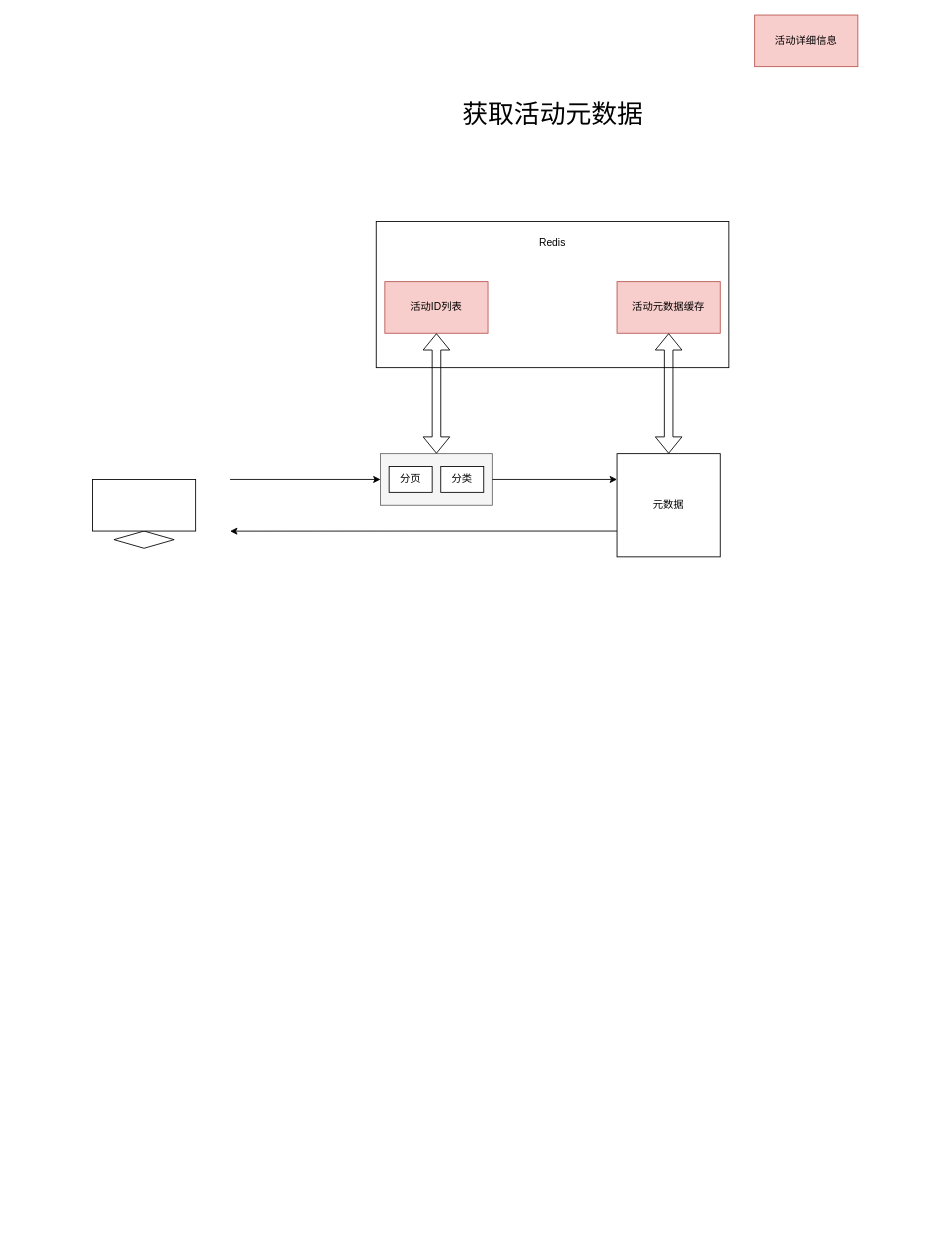
Before: page "活动列表与详情信息的获取" (14 of 14) of Lottery.drawio in onlyactwo/DrawIO, a draw.io diagram. Source tidied: cells renumbered, new cells numbered last; positions are measured from the earlier drawing's top-left corner, leaving out a move shared by most shapes. Both pictures are drawn from the tidied source at 86%, with x=0, y=0 at pixel (92, 15).
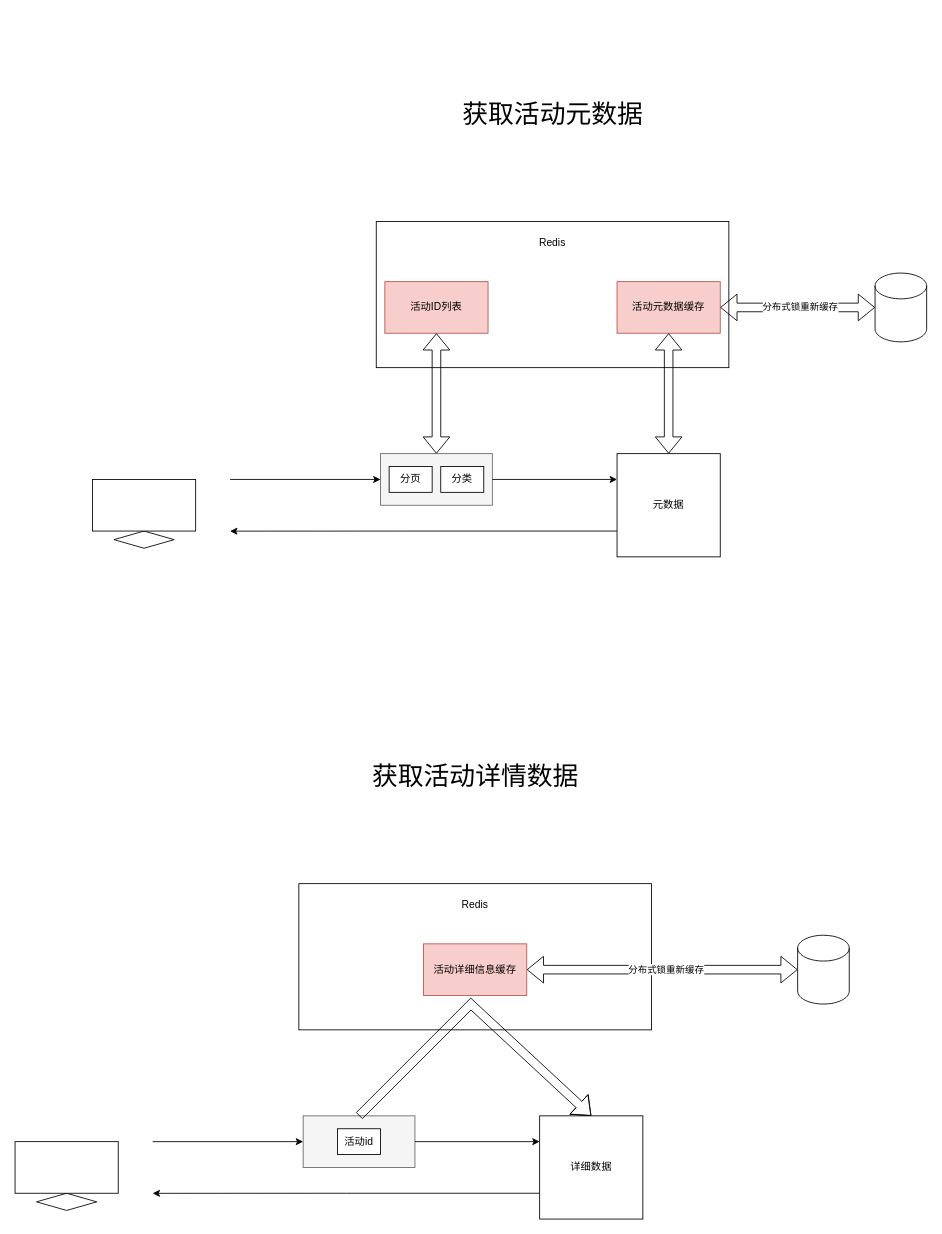
Above is the later version.

Unchanged cells that the change refers to:
```xml
<mxCell id="5" value="活动元数据缓存" style="rounded=0;whiteSpace=wrap;html=1;fillColor=#f8cecc;strokeColor=#b85450;" parent="1" vertex="1">
  <mxGeometry x="610" y="310" width="120" height="60" as="geometry" />
</mxCell>
```

The edit, as a diff of the source:
```diff
@@
-    <mxCell id="6" value="活动详细信息" style="rounded=0;whiteSpace=wrap;html=1;fillColor=#f8cecc;strokeColor=#b85450;" parent="1" vertex="1">
-      <mxGeometry x="770" width="120" height="60" as="geometry" />
-    </mxCell>
@@
+    <mxCell id="19" style="shape=cylinder3;whiteSpace=wrap;html=1;boundedLbl=1;backgroundOutline=1;size=15;" parent="1" vertex="1">
+      <mxGeometry x="910" y="300" width="60" height="80" as="geometry" />
+    </mxCell>
+    <mxCell id="20" style="shape=flexArrow;endArrow=classic;startArrow=classic;html=1;rounded=0;entryX=0;entryY=0.5;entryDx=0;entryDy=0;entryPerimeter=0;exitX=1;exitY=0.5;exitDx=0;exitDy=0;" parent="1" edge="1" source="5" target="19">
+      <mxGeometry relative="1" as="geometry" />
+    </mxCell>
+    <mxCell id="21" value="分布式锁重新缓存" style="edgeLabel;html=1;align=center;verticalAlign=middle;" parent="20" vertex="1">
+      <mxGeometry x="0.02" y="1" relative="1" as="geometry" />
+    </mxCell>
+    <mxCell id="22" style="rounded=0;whiteSpace=wrap;html=1;" parent="1" vertex="1">
+      <mxGeometry x="240" y="1010" width="410" height="170" as="geometry" />
+    </mxCell>
+    <mxCell id="23" value="Redis" style="text;html=1;align=center;verticalAlign=middle;whiteSpace=wrap;rounded=0;" parent="1" vertex="1">
+      <mxGeometry x="415" y="1020" width="60" height="30" as="geometry" />
+    </mxCell>
+    <mxCell id="24" value="获取活动详情数据" style="text;html=1;align=center;verticalAlign=middle;whiteSpace=wrap;rounded=0;fontSize=30;" parent="1" vertex="1">
+      <mxGeometry x="267.5" y="870" width="355" height="30" as="geometry" />
+    </mxCell>
+    <mxCell id="25" style="rounded=0;whiteSpace=wrap;html=1;fillColor=#f5f5f5;fontColor=#333333;strokeColor=#666666;" parent="1" vertex="1">
+      <mxGeometry x="245" y="1280" width="130" height="60" as="geometry" />
+    </mxCell>
+    <mxCell id="26" value="活动id" style="rounded=0;whiteSpace=wrap;html=1;" parent="1" vertex="1">
+      <mxGeometry x="285" y="1295" width="50" height="30" as="geometry" />
+    </mxCell>
+    <mxCell id="27" style="endArrow=classic;html=1;rounded=0;entryX=0;entryY=0.5;entryDx=0;entryDy=0;" parent="1" edge="1" target="25">
+      <mxGeometry relative="1" as="geometry">
+        <mxPoint x="70" y="1310" as="sourcePoint" />
+      </mxGeometry>
+    </mxCell>
+    <mxCell id="28" style="endArrow=classic;html=1;rounded=0;exitX=1;exitY=0.5;exitDx=0;exitDy=0;entryX=0;entryY=0.25;entryDx=0;entryDy=0;" parent="1" edge="1" source="25" target="30">
+      <mxGeometry relative="1" as="geometry" />
+    </mxCell>
+    <mxCell id="29" style="edgeStyle=orthogonalEdgeStyle;rounded=0;jettySize=auto;html=1;exitX=0;exitY=0.75;exitDx=0;exitDy=0;" parent="1" edge="1" source="30">
+      <mxGeometry relative="1" as="geometry">
+        <mxPoint x="70" y="1370.1" as="targetPoint" />
+      </mxGeometry>
+    </mxCell>
+    <mxCell id="30" value="详细数据" style="rounded=0;whiteSpace=wrap;html=1;" parent="1" vertex="1">
+      <mxGeometry x="520" y="1280" width="120" height="120" as="geometry" />
+    </mxCell>
+    <mxCell id="31" style="rhombus;whiteSpace=wrap;html=1;" parent="1" vertex="1">
+      <mxGeometry x="-65" y="1370" width="70" height="20" as="geometry" />
+    </mxCell>
+    <mxCell id="32" style="rounded=0;whiteSpace=wrap;html=1;" parent="1" vertex="1">
+      <mxGeometry x="-90" y="1310" width="120" height="60" as="geometry" />
+    </mxCell>
+    <mxCell id="33" style="shape=cylinder3;whiteSpace=wrap;html=1;boundedLbl=1;backgroundOutline=1;size=15;" parent="1" vertex="1">
+      <mxGeometry x="820" y="1070" width="60" height="80" as="geometry" />
+    </mxCell>
+    <mxCell id="34" style="shape=flexArrow;endArrow=classic;startArrow=classic;html=1;rounded=0;entryX=0;entryY=0.5;entryDx=0;entryDy=0;entryPerimeter=0;exitX=1;exitY=0.5;exitDx=0;exitDy=0;" parent="1" edge="1" source="6" target="33">
+      <mxGeometry relative="1" as="geometry" />
+    </mxCell>
+    <mxCell id="35" value="分布式锁重新缓存" style="edgeLabel;html=1;align=center;verticalAlign=middle;" parent="34" vertex="1">
+      <mxGeometry x="0.02" y="1" relative="1" as="geometry" />
+    </mxCell>
+    <mxCell id="6" value="活动详细信息缓存" style="rounded=0;whiteSpace=wrap;html=1;fillColor=#f8cecc;strokeColor=#b85450;" parent="1" vertex="1">
+      <mxGeometry x="385" y="1080" width="120" height="60" as="geometry" />
+    </mxCell>
+    <mxCell id="36" style="shape=flexArrow;endArrow=classic;html=1;rounded=0;exitX=0.5;exitY=0;exitDx=0;exitDy=0;entryX=0.5;entryY=0;entryDx=0;entryDy=0;" parent="1" edge="1" source="25" target="30">
+      <mxGeometry relative="1" as="geometry">
+        <Array as="points">
+          <mxPoint x="440" y="1150" />
+        </Array>
+      </mxGeometry>
+    </mxCell>
```
